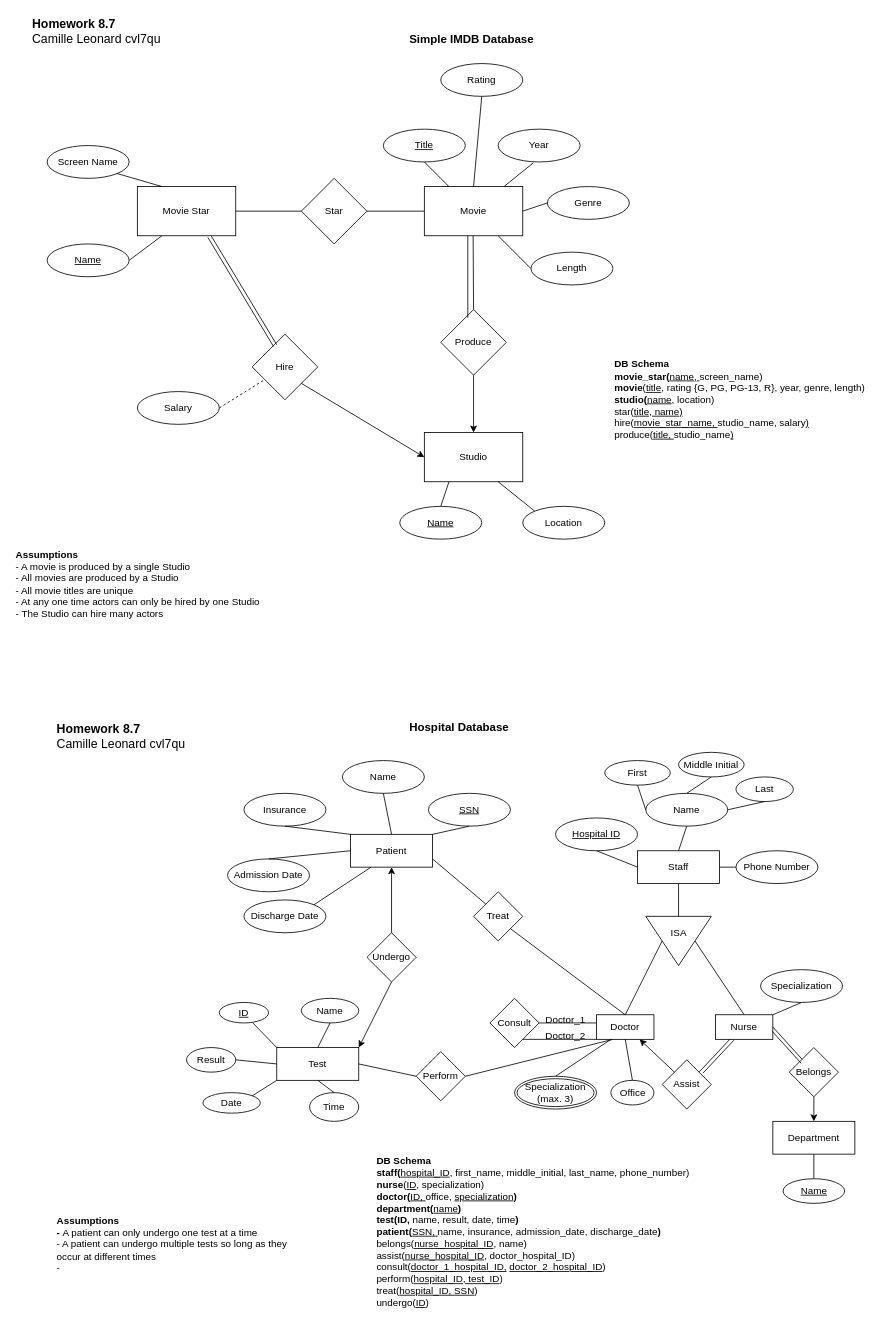
This is HW 8.7 ER Diagrams.drawio from camillevleonard/CS_5012_Mod_8_MOE, a draw.io file, before an edit. Source tidied: cells renumbered, new cells numbered last; positions are measured from the earlier drawing's top-left corner, leaving out a move shared by most shapes. Both pictures are drawn from the tidied source at 82%, with x=0, y=0 at pixel (14, 14).
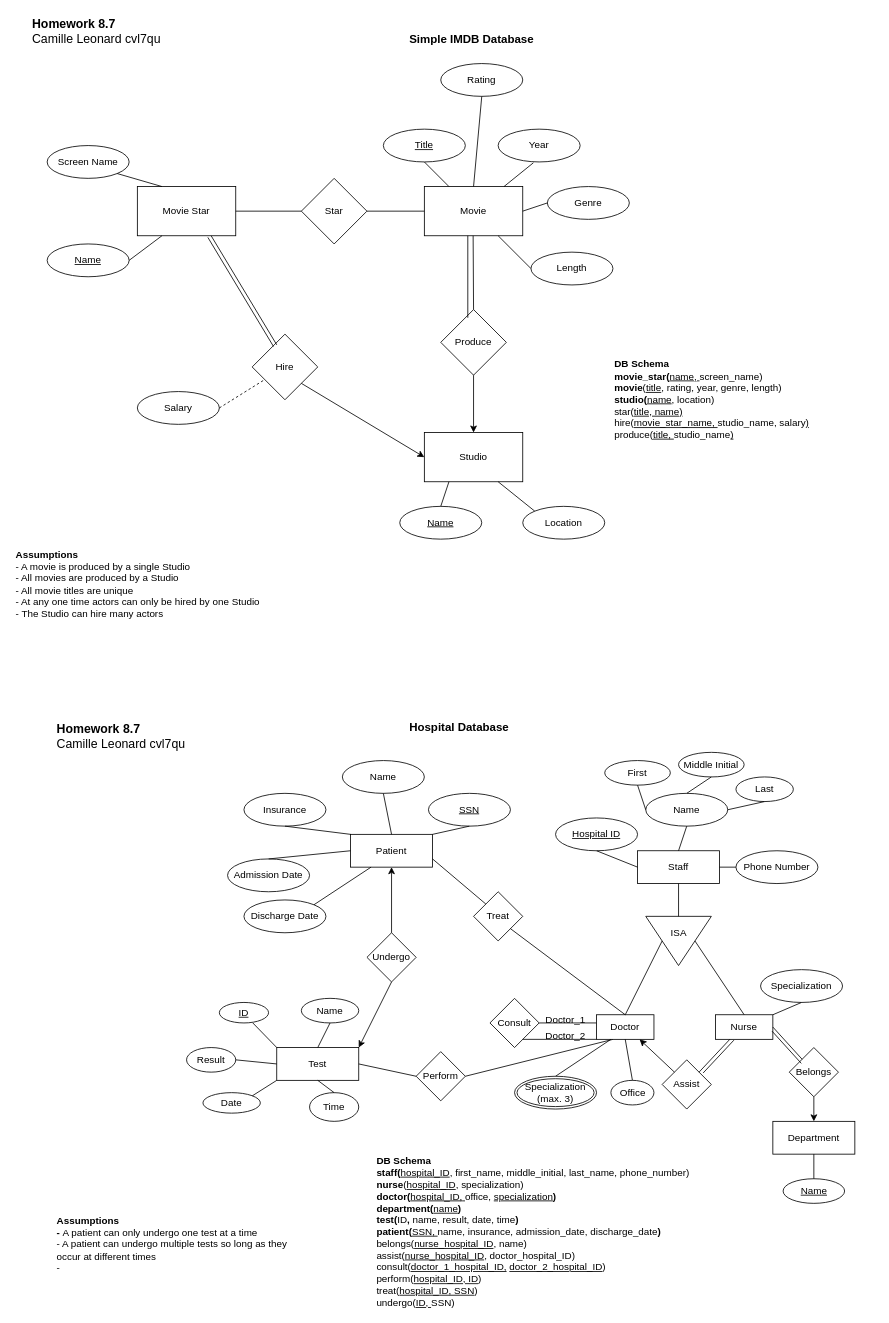
After the change.

Change to the diagram source:
```diff
@@
-    <mxCell id="27" value="&lt;b&gt;DB Schema&lt;br&gt;movie_star(&lt;/b&gt;&lt;u&gt;name, &lt;/u&gt;screen_name)&lt;br&gt;&lt;b&gt;movie&lt;/b&gt;(&lt;u&gt;title&lt;/u&gt;, rating {G, PG, PG-13, R}, year, genre, length)&lt;br&gt;&lt;b&gt;studio(&lt;/b&gt;&lt;u&gt;name&lt;/u&gt;, location)&lt;br&gt;star(&lt;u&gt;title, name)&lt;br&gt;&lt;/u&gt;hire(&lt;u&gt;movie_star_name, &lt;/u&gt;studio_name,&amp;nbsp;salary&lt;u&gt;)&lt;br&gt;&lt;/u&gt;produce(&lt;u&gt;title, &lt;/u&gt;studio_name&lt;u&gt;)&lt;/u&gt;" style="text;html=1;align=left;verticalAlign=middle;" parent="1" vertex="1">
-      <mxGeometry x="730" y="420" width="320" height="100" as="geometry" />
+    <mxCell id="27" value="&lt;b&gt;DB Schema&lt;br&gt;movie_star(&lt;/b&gt;&lt;u&gt;name, &lt;/u&gt;screen_name)&lt;br&gt;&lt;b&gt;movie&lt;/b&gt;(&lt;u&gt;title&lt;/u&gt;, rating, year, genre, length)&lt;br&gt;&lt;b&gt;studio(&lt;/b&gt;&lt;u&gt;name&lt;/u&gt;, location)&lt;br&gt;star(&lt;u&gt;title, name)&lt;br&gt;&lt;/u&gt;hire(&lt;u&gt;movie_star_name, &lt;/u&gt;studio_name,&amp;nbsp;salary&lt;u&gt;)&lt;br&gt;&lt;/u&gt;produce(&lt;u&gt;title, &lt;/u&gt;studio_name&lt;u&gt;)&lt;/u&gt;" style="text;html=1;align=left;verticalAlign=middle;" parent="1" vertex="1">
+      <mxGeometry x="730" y="420" width="250" height="100" as="geometry" />
     </mxCell>
@@
-    <mxCell id="29" value="&lt;b&gt;DB Schema&lt;/b&gt;&lt;br&gt;&lt;b&gt;staff(&lt;/b&gt;&lt;u&gt;hospital_ID&lt;/u&gt;, first_name, middle_initial, last_name, phone_number)&lt;br&gt;&lt;b&gt;nurse&lt;/b&gt;(&lt;u&gt;ID&lt;/u&gt;, specialization)&lt;br&gt;&lt;b&gt;doctor(&lt;/b&gt;&lt;u&gt;ID,&lt;/u&gt;&lt;u style=&quot;font-weight: bold&quot;&gt; &lt;/u&gt;office, &lt;u&gt;specialization&lt;/u&gt;&lt;b&gt;)&lt;/b&gt;&lt;br&gt;&lt;b&gt;department(&lt;/b&gt;&lt;u&gt;name&lt;/u&gt;&lt;b&gt;)&lt;/b&gt;&lt;br&gt;&lt;b&gt;test(&lt;/b&gt;&lt;b&gt;ID, &lt;/b&gt;name, result, date, time&lt;b&gt;)&lt;/b&gt;&lt;br&gt;&lt;b&gt;patient(&lt;/b&gt;&lt;u&gt;SSN, &lt;/u&gt;name, insurance, admission_date, discharge_date&lt;b&gt;)&lt;/b&gt;&lt;br&gt;belongs(&lt;u&gt;nurse_hospital_ID&lt;/u&gt;, name)&lt;br&gt;assist(&lt;u&gt;nurse_hospital_ID&lt;/u&gt;, doctor_hospital_ID)&lt;br&gt;consult(&lt;u&gt;doctor_1_hospital_ID,&lt;/u&gt; &lt;u&gt;doctor_2_hospital_ID&lt;/u&gt;)&lt;br&gt;perform(&lt;u&gt;hospital_ID, test_ID&lt;/u&gt;)&lt;br&gt;treat(&lt;u&gt;hospital_ID, SSN&lt;/u&gt;)&lt;br&gt;undergo(&lt;u&gt;ID&lt;/u&gt;)" style="text;html=1;align=left;verticalAlign=middle;" parent="1" vertex="1">
+    <mxCell id="29" value="&lt;b&gt;DB Schema&lt;/b&gt;&lt;br&gt;&lt;b&gt;staff(&lt;/b&gt;&lt;u&gt;hospital_ID&lt;/u&gt;, first_name, middle_initial, last_name, phone_number)&lt;br&gt;&lt;b&gt;nurse&lt;/b&gt;(&lt;u&gt;hospital_ID&lt;/u&gt;, specialization)&lt;br&gt;&lt;b&gt;doctor(&lt;/b&gt;&lt;u&gt;hospital_ID,&lt;/u&gt;&lt;u style=&quot;font-weight: bold&quot;&gt; &lt;/u&gt;office, &lt;u&gt;specialization&lt;/u&gt;&lt;b&gt;)&lt;/b&gt;&lt;br&gt;&lt;b&gt;department(&lt;/b&gt;&lt;u&gt;name&lt;/u&gt;&lt;b&gt;)&lt;/b&gt;&lt;br&gt;&lt;b&gt;test(&lt;/b&gt;ID&lt;b&gt;, &lt;/b&gt;name, result, date, time&lt;b&gt;)&lt;/b&gt;&lt;br&gt;&lt;b&gt;patient(&lt;/b&gt;&lt;u&gt;SSN, &lt;/u&gt;name, insurance, admission_date, discharge_date&lt;b&gt;)&lt;/b&gt;&lt;br&gt;belongs(&lt;u&gt;nurse_hospital_ID&lt;/u&gt;, name)&lt;br&gt;assist(&lt;u&gt;nurse_hospital_ID&lt;/u&gt;, doctor_hospital_ID)&lt;br&gt;consult(&lt;u&gt;doctor_1_hospital_ID,&lt;/u&gt; &lt;u&gt;doctor_2_hospital_ID&lt;/u&gt;)&lt;br&gt;perform(&lt;u&gt;hospital_ID, ID&lt;/u&gt;)&lt;br&gt;treat(&lt;u&gt;hospital_ID, SSN&lt;/u&gt;)&lt;br&gt;undergo(&lt;u&gt;ID, &lt;/u&gt;SSN)" style="text;html=1;align=left;verticalAlign=middle;" parent="1" vertex="1">
       <mxGeometry x="440" y="1390" width="400" height="190" as="geometry" />
     </mxCell>
```
